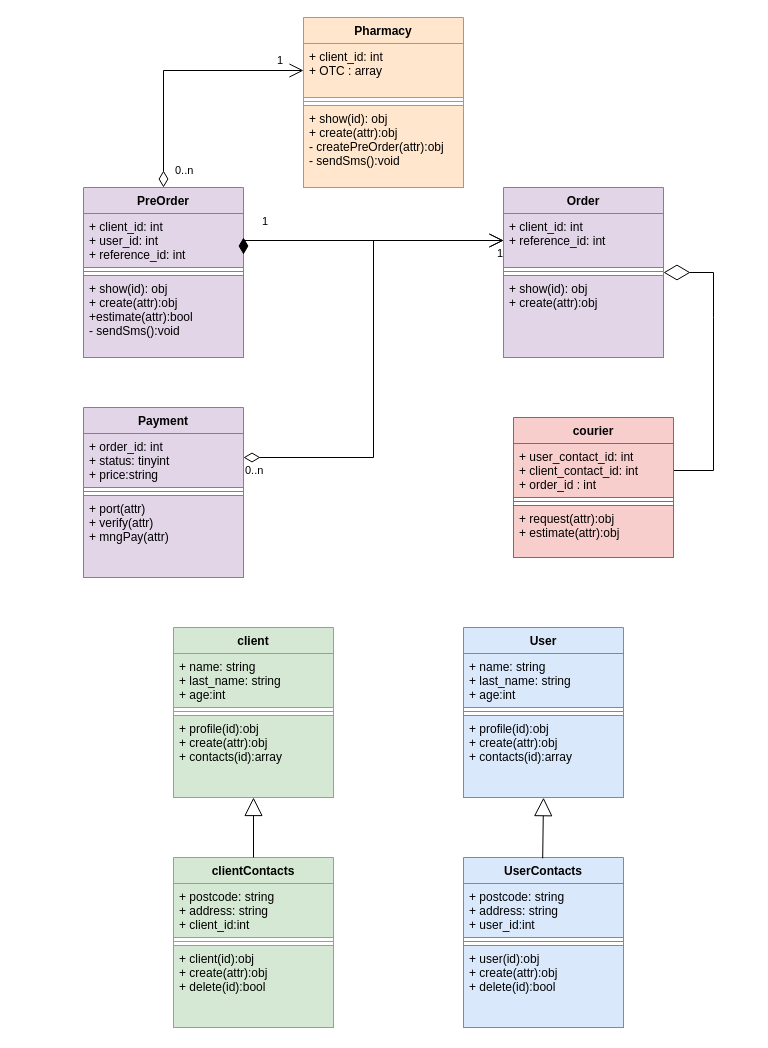
Before: page "Page-2" (2 of 2) of Untitled Diagram.drawio in seventhlegion/SE_Diagrams, a draw.io diagram. Source tidied: cells renumbered, new cells numbered last; positions are measured from the earlier drawing's top-left corner, leaving out a move shared by most shapes. Both pictures are drawn from the tidied source at 100%, with x=0, y=0 at pixel (83, 17).
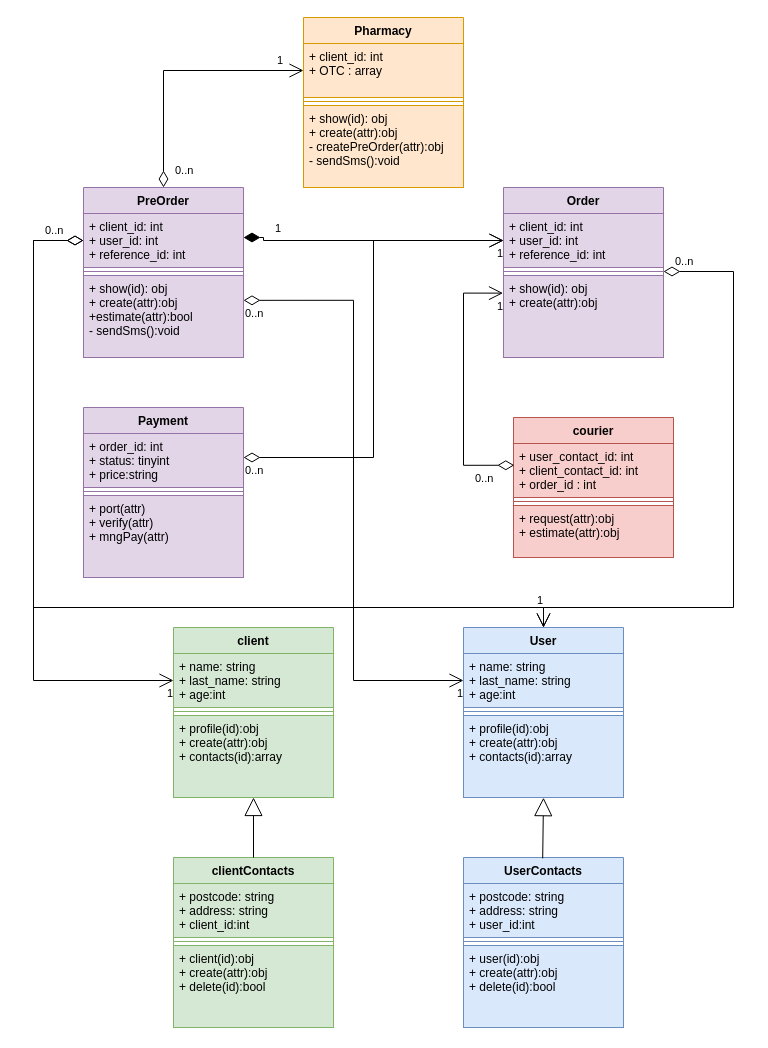
Above is the later version.

Unchanged cells that the change refers to:
```xml
<mxCell id="7" value="+ client_id: int&#10;+ user_id: int&#10;+ reference_id: int&#10;" style="text;strokeColor=#9673a6;fillColor=#e1d5e7;align=left;verticalAlign=top;spacingLeft=4;spacingRight=4;overflow=hidden;points=[[0,0.5],[1,0.5]];portConstraint=eastwest;" parent="6" vertex="1">
  <mxGeometry y="26" width="160" height="54" as="geometry" />
</mxCell>
<mxCell id="9" value="+ show(id): obj&#10;+ create(attr):obj&#10;+estimate(attr):bool&#10;- sendSms():void&#10;" style="text;strokeColor=#9673a6;fillColor=#e1d5e7;align=left;verticalAlign=top;spacingLeft=4;spacingRight=4;overflow=hidden;points=[[0,0.5],[1,0.5]];portConstraint=eastwest;" parent="6" vertex="1">
  <mxGeometry y="88" width="160" height="82" as="geometry" />
</mxCell>
<mxCell id="10" value="Order" style="swimlane;fontStyle=1;align=center;verticalAlign=top;horizontal=1;startSize=26;fillColor=#e1d5e7;strokeColor=#9673a6;" parent="1" vertex="1">
  <mxGeometry x="420" y="170" width="160" height="170" as="geometry" />
</mxCell>
<mxCell id="12" style="line;strokeWidth=1;fillColor=#e1d5e7;align=left;verticalAlign=middle;spacingTop=-1;spacingLeft=3;spacingRight=3;labelPosition=right;points=[];portConstraint=eastwest;strokeColor=#9673a6;" parent="10" vertex="1">
  <mxGeometry y="80" width="160" height="8" as="geometry" />
</mxCell>
<mxCell id="13" value="+ show(id): obj&#10;+ create(attr):obj&#10;&#10;&#10;" style="text;strokeColor=#9673a6;fillColor=#e1d5e7;align=left;verticalAlign=top;spacingLeft=4;spacingRight=4;overflow=hidden;points=[[0,0.5],[1,0.5]];portConstraint=eastwest;" parent="10" vertex="1">
  <mxGeometry y="88" width="160" height="82" as="geometry" />
</mxCell>
<mxCell id="18" value="User" style="swimlane;fontStyle=1;align=center;verticalAlign=top;horizontal=1;startSize=26;fillColor=#dae8fc;strokeColor=#6c8ebf;" parent="1" vertex="1">
  <mxGeometry x="380" y="610" width="160" height="170" as="geometry" />
</mxCell>
<mxCell id="19" value="+ name: string&#10;+ last_name: string&#10;+ age:int&#10;" style="text;strokeColor=#6c8ebf;fillColor=#dae8fc;align=left;verticalAlign=top;spacingLeft=4;spacingRight=4;overflow=hidden;points=[[0,0.5],[1,0.5]];portConstraint=eastwest;" parent="18" vertex="1">
  <mxGeometry y="26" width="160" height="54" as="geometry" />
</mxCell>
<mxCell id="23" value="+ name: string&#10;+ last_name: string&#10;+ age:int&#10;" style="text;strokeColor=#82b366;fillColor=#d5e8d4;align=left;verticalAlign=top;spacingLeft=4;spacingRight=4;overflow=hidden;points=[[0,0.5],[1,0.5]];portConstraint=eastwest;" parent="22" vertex="1">
  <mxGeometry y="26" width="160" height="54" as="geometry" />
</mxCell>
<mxCell id="31" value="+ user_contact_id: int&#10;+ client_contact_id: int&#10;+ order_id : int&#10;" style="text;strokeColor=#b85450;fillColor=#f8cecc;align=left;verticalAlign=top;spacingLeft=4;spacingRight=4;overflow=hidden;points=[[0,0.5],[1,0.5]];portConstraint=eastwest;" parent="30" vertex="1">
  <mxGeometry y="26" width="160" height="54" as="geometry" />
</mxCell>
```

The edit, as a diff of the source:
```diff
@@
-    <mxCell id="11" value="+ client_id: int&#10;+ reference_id: int&#10;" style="text;strokeColor=#9673a6;fillColor=#e1d5e7;align=left;verticalAlign=top;spacingLeft=4;spacingRight=4;overflow=hidden;points=[[0,0.5],[1,0.5]];portConstraint=eastwest;" parent="10" vertex="1">
+    <mxCell id="11" value="+ client_id: int&#10;+ user_id: int&#10;+ reference_id: int&#10;" style="text;strokeColor=#9673a6;fillColor=#e1d5e7;align=left;verticalAlign=top;spacingLeft=4;spacingRight=4;overflow=hidden;points=[[0,0.5],[1,0.5]];portConstraint=eastwest;" parent="10" vertex="1">
       <mxGeometry y="26" width="160" height="54" as="geometry" />
     </mxCell>
@@
-    <mxCell id="29" style="endArrow=diamondThin;endFill=0;endSize=24;html=1;rounded=0;exitX=1;exitY=0.5;exitDx=0;exitDy=0;entryX=1;entryY=0.5;entryDx=0;entryDy=0;" parent="1" edge="1" source="31" target="10">
-      <mxGeometry relative="1" as="geometry">
-        <Array as="points">
-          <mxPoint x="630" y="453" />
-          <mxPoint x="630" y="300" />
-          <mxPoint x="630" y="255" />
-        </Array>
-      </mxGeometry>
-    </mxCell>
@@
     <mxCell id="37" value="1" style="endArrow=open;html=1;endSize=12;startArrow=diamondThin;startSize=14;startFill=1;edgeStyle=orthogonalEdgeStyle;align=left;verticalAlign=bottom;rounded=0;entryX=0;entryY=0.5;entryDx=0;entryDy=0;" parent="1" edge="1" target="11">
       <mxGeometry x="-0.85" y="10" relative="1" as="geometry">
         <mxPoint x="160" y="220" as="sourcePoint" />
         <Array as="points">
-          <mxPoint x="160" y="223" />
+          <mxPoint x="180" y="220" />
+          <mxPoint x="180" y="223" />
         </Array>
       </mxGeometry>
     </mxCell>
@@
+    <mxCell id="48" style="endArrow=open;html=1;endSize=12;startArrow=diamondThin;startSize=14;startFill=0;edgeStyle=orthogonalEdgeStyle;rounded=0;entryX=0;entryY=0.5;entryDx=0;entryDy=0;exitX=0;exitY=0.5;exitDx=0;exitDy=0;" parent="1" edge="1" source="7" target="23">
+      <mxGeometry relative="1" as="geometry">
+        <Array as="points">
+          <mxPoint x="-50" y="223" />
+          <mxPoint x="-50" y="663" />
+        </Array>
+      </mxGeometry>
+    </mxCell>
+    <mxCell id="49" value="1" style="edgeLabel;html=1;align=right;verticalAlign=top;" parent="48" vertex="1">
+      <mxGeometry x="1" relative="1" as="geometry" />
+    </mxCell>
+    <mxCell id="50" style="endArrow=open;html=1;endSize=12;startArrow=diamondThin;startSize=14;startFill=0;edgeStyle=orthogonalEdgeStyle;rounded=0;entryX=0.5;entryY=0;entryDx=0;entryDy=0;exitX=0;exitY=0.5;exitDx=0;exitDy=0;" parent="1" edge="1" source="7" target="18">
+      <mxGeometry relative="1" as="geometry">
+        <Array as="points">
+          <mxPoint x="-50" y="223" />
+          <mxPoint x="-50" y="590" />
+          <mxPoint x="460" y="590" />
+        </Array>
+      </mxGeometry>
+    </mxCell>
+    <mxCell id="51" value="0..n" style="edgeLabel;html=1;align=left;verticalAlign=top;" parent="50" vertex="1">
+      <mxGeometry x="-1" relative="1" as="geometry">
+        <mxPoint x="-40" y="-23" as="offset" />
+      </mxGeometry>
+    </mxCell>
+    <mxCell id="52" style="endArrow=open;html=1;endSize=12;startArrow=diamondThin;startSize=14;startFill=0;edgeStyle=orthogonalEdgeStyle;rounded=0;entryX=0.5;entryY=0;entryDx=0;entryDy=0;" parent="1" edge="1" source="12" target="18">
+      <mxGeometry relative="1" as="geometry">
+        <Array as="points">
+          <mxPoint x="650" y="254" />
+          <mxPoint x="650" y="590" />
+          <mxPoint x="460" y="590" />
+        </Array>
+      </mxGeometry>
+    </mxCell>
+    <mxCell id="53" value="0..n" style="edgeLabel;html=1;align=left;verticalAlign=top;" parent="52" vertex="1">
+      <mxGeometry x="-1" relative="1" as="geometry">
+        <mxPoint x="10" y="-23" as="offset" />
+      </mxGeometry>
+    </mxCell>
+    <mxCell id="54" value="1" style="edgeLabel;html=1;align=right;verticalAlign=top;" parent="52" vertex="1">
+      <mxGeometry x="1" relative="1" as="geometry">
+        <mxPoint y="-40" as="offset" />
+      </mxGeometry>
+    </mxCell>
+    <mxCell id="55" style="endArrow=open;html=1;endSize=12;startArrow=diamondThin;startSize=14;startFill=0;edgeStyle=orthogonalEdgeStyle;rounded=0;exitX=1;exitY=0.303;exitDx=0;exitDy=0;exitPerimeter=0;" parent="1" edge="1" source="9" target="19">
+      <mxGeometry relative="1" as="geometry" />
+    </mxCell>
+    <mxCell id="56" value="0..n" style="edgeLabel;html=1;align=left;verticalAlign=top;" parent="55" vertex="1">
+      <mxGeometry x="-1" relative="1" as="geometry" />
+    </mxCell>
+    <mxCell id="57" value="1" style="edgeLabel;html=1;align=right;verticalAlign=top;" parent="55" vertex="1">
+      <mxGeometry x="1" relative="1" as="geometry" />
+    </mxCell>
+    <mxCell id="58" style="endArrow=open;html=1;endSize=12;startArrow=diamondThin;startSize=14;startFill=0;edgeStyle=orthogonalEdgeStyle;rounded=0;exitX=0.005;exitY=0.403;exitDx=0;exitDy=0;exitPerimeter=0;entryX=-0.003;entryY=0.215;entryDx=0;entryDy=0;entryPerimeter=0;" parent="1" edge="1" source="31" target="13">
+      <mxGeometry relative="1" as="geometry">
+        <Array as="points">
+          <mxPoint x="380" y="448" />
+          <mxPoint x="380" y="276" />
+        </Array>
+      </mxGeometry>
+    </mxCell>
+    <mxCell id="59" value="0..n" style="edgeLabel;html=1;align=left;verticalAlign=top;" parent="58" vertex="1">
+      <mxGeometry x="-1" relative="1" as="geometry">
+        <mxPoint x="-41" as="offset" />
+      </mxGeometry>
+    </mxCell>
+    <mxCell id="60" value="1" style="edgeLabel;html=1;align=right;verticalAlign=top;" parent="58" vertex="1">
+      <mxGeometry x="1" relative="1" as="geometry" />
+    </mxCell>
```
